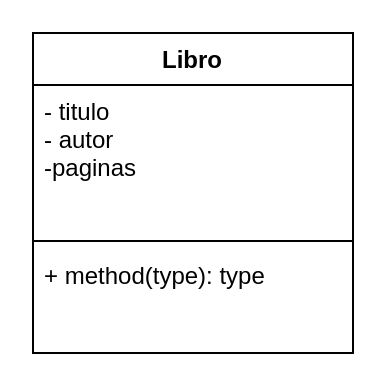
Before: ejer1.drawio in anagarciasaiz/examen_24marzo, a draw.io diagram. Source tidied: cells renumbered, new cells numbered last; positions are measured from the earlier drawing's top-left corner, leaving out a move shared by most shapes. Both pictures are drawn from the tidied source at 200%, with x=0, y=0 at pixel (32, 32).
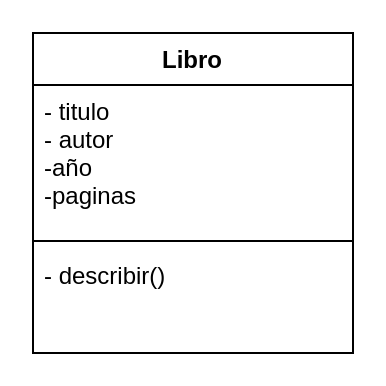
The same page after the edit.

Diff of the diagram source:
```diff
@@
 <mxGraphModel>
   <root>
     <mxCell id="0" />
     <mxCell id="1" parent="0" />
     <mxCell id="2" value="Libro" style="swimlane;fontStyle=1;align=center;verticalAlign=top;horizontal=1;startSize=26;" parent="1" vertex="1">
       <mxGeometry width="160" height="160" as="geometry" />
     </mxCell>
-    <mxCell id="3" value="- titulo&#10;- autor&#10;-paginas" style="text;strokeColor=none;fillColor=none;align=left;verticalAlign=top;spacingLeft=4;spacingRight=4;overflow=hidden;" parent="2" vertex="1">
+    <mxCell id="3" value="- titulo&#10;- autor&#10;-año&#10;-paginas" style="text;strokeColor=none;fillColor=none;align=left;verticalAlign=top;spacingLeft=4;spacingRight=4;overflow=hidden;" parent="2" vertex="1">
       <mxGeometry y="26" width="160" height="74" as="geometry" />
     </mxCell>
     <mxCell id="4" style="line;strokeWidth=1;fillColor=none;align=left;verticalAlign=middle;spacingTop=-1;spacingLeft=3;spacingRight=3;labelPosition=right;strokeColor=inherit;" parent="2" vertex="1">
       <mxGeometry y="100" width="160" height="8" as="geometry" />
     </mxCell>
-    <mxCell id="5" value="+ method(type): type" style="text;strokeColor=none;fillColor=none;align=left;verticalAlign=top;spacingLeft=4;spacingRight=4;overflow=hidden;" parent="2" vertex="1">
+    <mxCell id="5" value="- describir()" style="text;strokeColor=none;fillColor=none;align=left;verticalAlign=top;spacingLeft=4;spacingRight=4;overflow=hidden;" parent="2" vertex="1">
       <mxGeometry y="108" width="160" height="52" as="geometry" />
     </mxCell>
   </root>
 </mxGraphModel>
```
